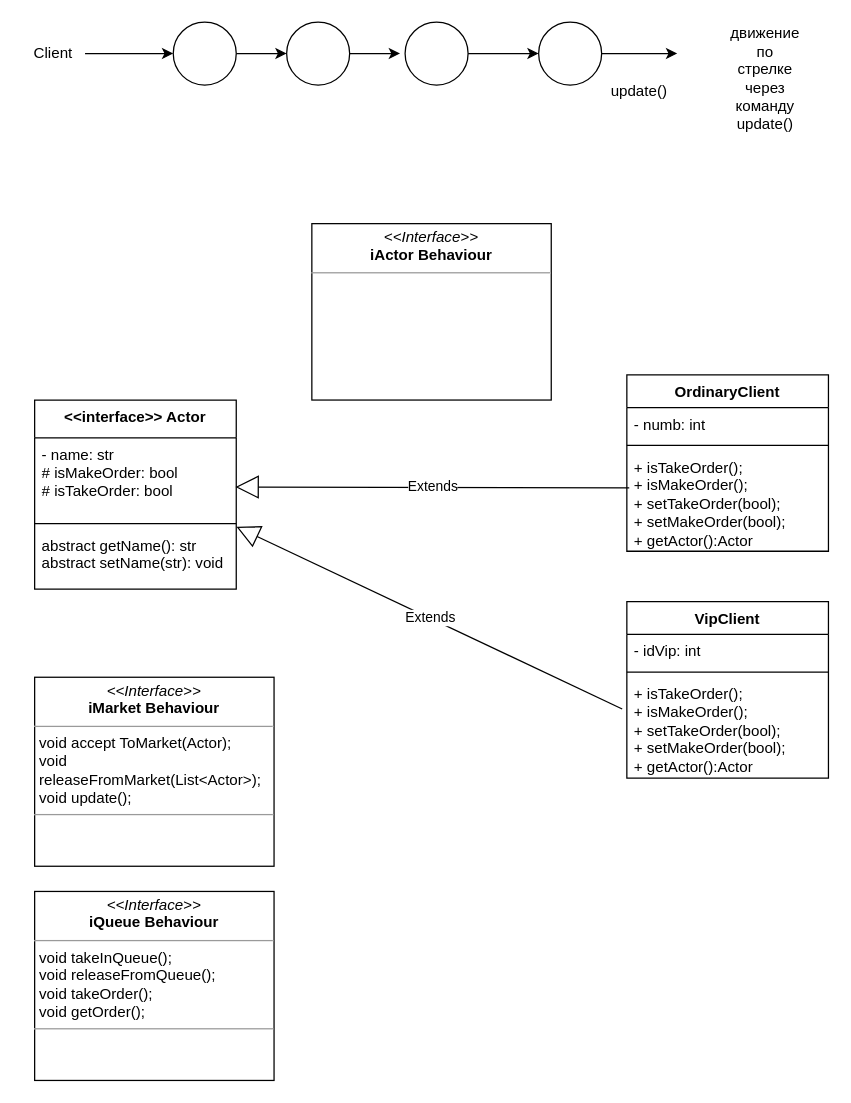
Above: page "Покупка товаров в магазине" (3 of 3) of seminar_2/SuperMarketApp/OOPv2.drawio in Nikolayb33/OOPGR5278_Bondarenko (draw.io), before the change. Source tidied: cells renumbered, new cells numbered last; positions are measured from the earlier drawing's top-left corner, leaving out a move shared by most shapes. Both pictures are drawn from the tidied source at 126%, with x=0, y=0 at pixel (21, 21).
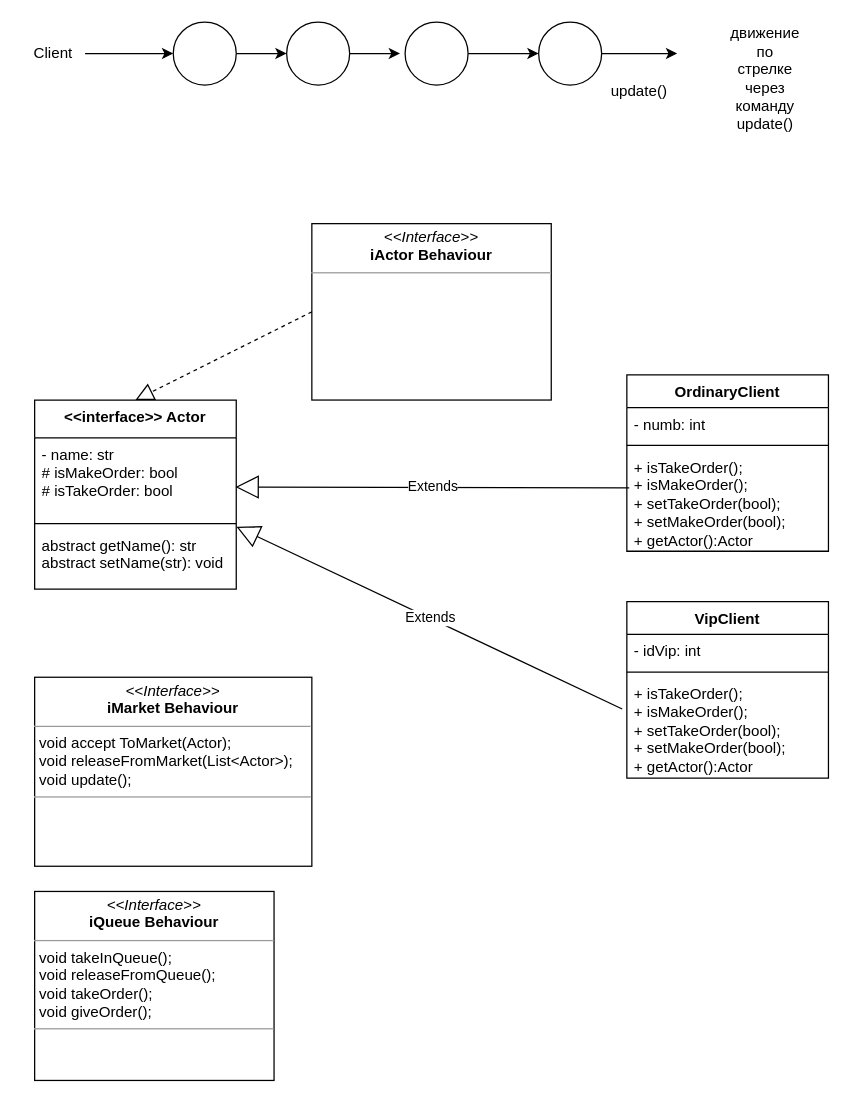
The same page after the edit.

The change refers to these unchanged cells:
```xml
<mxCell id="14" value="&amp;lt;&amp;lt;interface&amp;gt;&amp;gt; Actor" style="swimlane;fontStyle=1;align=center;verticalAlign=top;horizontal=1;startSize=30;whiteSpace=wrap;html=1;" parent="1" vertex="1">
  <mxGeometry x="10" y="300" width="160" height="150" as="geometry" />
</mxCell>
<mxCell id="28" value="&lt;p style=&quot;margin:0px;margin-top:4px;text-align:center;&quot;&gt;&lt;i&gt;&amp;lt;&amp;lt;Interface&amp;gt;&amp;gt;&lt;/i&gt;&lt;br&gt;&lt;b&gt;iActor Behaviour&lt;/b&gt;&lt;/p&gt;&lt;hr size=&quot;1&quot;&gt;&lt;p style=&quot;margin:0px;margin-left:4px;&quot;&gt;&lt;/p&gt;&lt;p style=&quot;margin:0px;margin-left:4px;&quot;&gt;&lt;br&gt;&lt;/p&gt;" style="verticalAlign=top;align=left;overflow=fill;fontSize=12;fontFamily=Helvetica;html=1;whiteSpace=wrap;" parent="1" vertex="1">
  <mxGeometry x="230" y="160" width="190" height="140" as="geometry" />
</mxCell>
```

Diff of the diagram source:
```diff
@@
     <mxCell id="29" value="&lt;p style=&quot;margin:0px;margin-top:4px;text-align:center;&quot;&gt;&lt;i&gt;&amp;lt;&amp;lt;Interface&amp;gt;&amp;gt;&lt;/i&gt;&lt;br&gt;&lt;b&gt;iMarket Behaviour&lt;/b&gt;&lt;/p&gt;&lt;hr size=&quot;1&quot;&gt;&lt;p style=&quot;margin:0px;margin-left:4px;&quot;&gt;void accept ToMarket(Actor);&lt;br&gt;void releaseFromMarket(List&amp;lt;Actor&amp;gt;);&lt;/p&gt;&lt;p style=&quot;margin:0px;margin-left:4px;&quot;&gt;void update();&lt;/p&gt;&lt;hr size=&quot;1&quot;&gt;&lt;p style=&quot;margin:0px;margin-left:4px;&quot;&gt;&lt;br&gt;&lt;/p&gt;" style="verticalAlign=top;align=left;overflow=fill;fontSize=12;fontFamily=Helvetica;html=1;whiteSpace=wrap;" parent="1" vertex="1">
-      <mxGeometry x="10" y="520" width="190" height="150" as="geometry" />
+      <mxGeometry x="10" y="520" width="220" height="150" as="geometry" />
     </mxCell>
-    <mxCell id="30" value="&lt;p style=&quot;margin:0px;margin-top:4px;text-align:center;&quot;&gt;&lt;i&gt;&amp;lt;&amp;lt;Interface&amp;gt;&amp;gt;&lt;/i&gt;&lt;br&gt;&lt;b&gt;iQueue Behaviour&lt;/b&gt;&lt;/p&gt;&lt;hr size=&quot;1&quot;&gt;&lt;p style=&quot;margin:0px;margin-left:4px;&quot;&gt;void takeInQueue();&lt;/p&gt;&lt;p style=&quot;margin:0px;margin-left:4px;&quot;&gt;void releaseFromQueue();&lt;/p&gt;&lt;p style=&quot;margin:0px;margin-left:4px;&quot;&gt;void takeOrder();&lt;/p&gt;&lt;p style=&quot;margin:0px;margin-left:4px;&quot;&gt;void getOrder();&lt;/p&gt;&lt;hr size=&quot;1&quot;&gt;&lt;p style=&quot;margin:0px;margin-left:4px;&quot;&gt;&lt;br&gt;&lt;/p&gt;" style="verticalAlign=top;align=left;overflow=fill;fontSize=12;fontFamily=Helvetica;html=1;whiteSpace=wrap;" parent="1" vertex="1">
+    <mxCell id="30" value="&lt;p style=&quot;margin:0px;margin-top:4px;text-align:center;&quot;&gt;&lt;i&gt;&amp;lt;&amp;lt;Interface&amp;gt;&amp;gt;&lt;/i&gt;&lt;br&gt;&lt;b&gt;iQueue Behaviour&lt;/b&gt;&lt;/p&gt;&lt;hr size=&quot;1&quot;&gt;&lt;p style=&quot;margin:0px;margin-left:4px;&quot;&gt;void takeInQueue();&lt;/p&gt;&lt;p style=&quot;margin:0px;margin-left:4px;&quot;&gt;void releaseFromQueue();&lt;/p&gt;&lt;p style=&quot;margin:0px;margin-left:4px;&quot;&gt;void takeOrder();&lt;/p&gt;&lt;p style=&quot;margin:0px;margin-left:4px;&quot;&gt;void giveOrder();&lt;/p&gt;&lt;hr size=&quot;1&quot;&gt;&lt;p style=&quot;margin:0px;margin-left:4px;&quot;&gt;&lt;br&gt;&lt;/p&gt;" style="verticalAlign=top;align=left;overflow=fill;fontSize=12;fontFamily=Helvetica;html=1;whiteSpace=wrap;" parent="1" vertex="1">
       <mxGeometry x="10" y="690" width="190" height="150" as="geometry" />
     </mxCell>
+    <mxCell id="31" style="endArrow=block;dashed=1;endFill=0;endSize=12;html=1;rounded=0;entryX=0.5;entryY=0;entryDx=0;entryDy=0;exitX=0;exitY=0.5;exitDx=0;exitDy=0;" parent="1" edge="1" source="28" target="14">
+      <mxGeometry relative="1" as="geometry" />
+    </mxCell>
```
